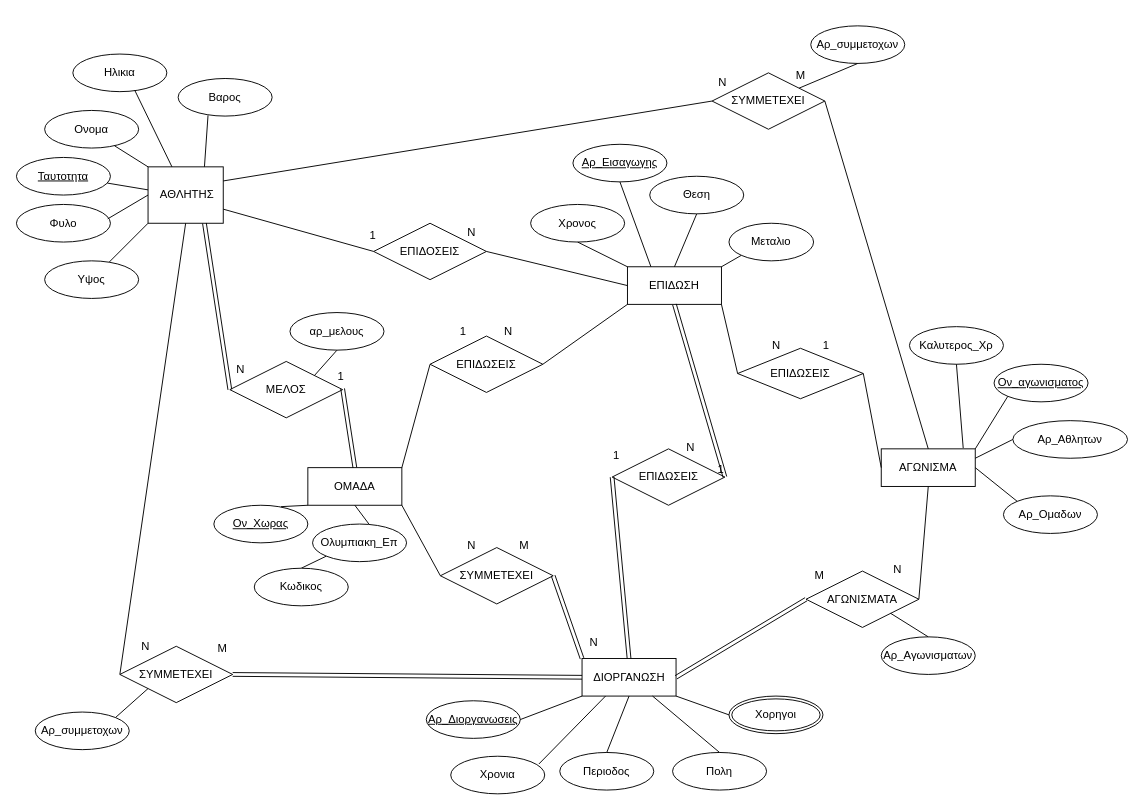
SpyrosGew/Olympic_Games-DBProject keeps this draw.io diagram as OS-DatabasesProject.drawio. Above is the earlier version. Source tidied: cells renumbered, new cells numbered last; positions are measured from the earlier drawing's top-left corner, leaving out a move shared by most shapes. Both pictures are drawn from the tidied source at 94%, with x=0, y=0 at pixel (16, 25).
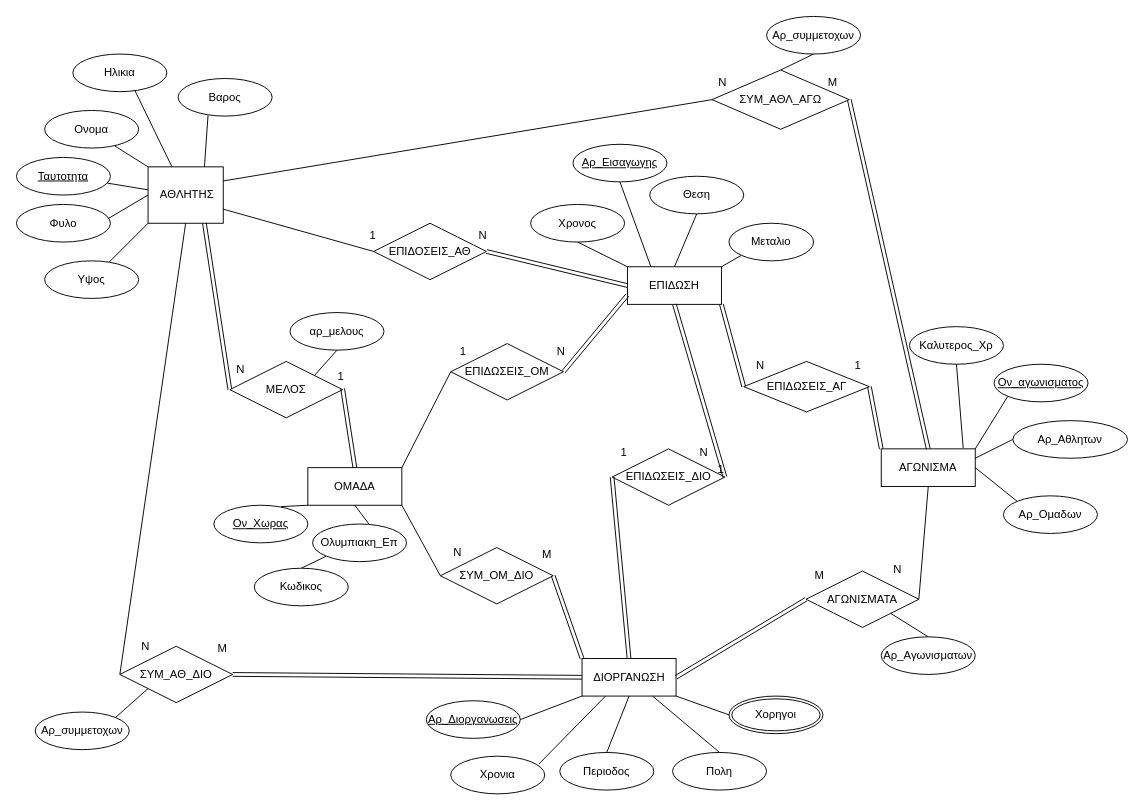
After the change.

Unchanged cells that the change refers to:
```xml
<mxCell id="33" value="ΑΓΩΝΙΣΜΑ" style="whiteSpace=wrap;html=1;align=center;" parent="1" vertex="1">
  <mxGeometry x="920" y="450" width="100" height="40" as="geometry" />
</mxCell>
<mxCell id="41" value="ΕΠΙΔΩΣΗ" style="whiteSpace=wrap;html=1;align=center;" parent="1" vertex="1">
  <mxGeometry x="650" y="256.3" width="100" height="40" as="geometry" />
</mxCell>
```

Change to the diagram source:
```diff
@@
-    <mxCell id="15" value="ΣΥΜΜΕΤΕΧΕΙ" style="shape=rhombus;perimeter=rhombusPerimeter;whiteSpace=wrap;html=1;align=center;" parent="1" vertex="1">
+    <mxCell id="15" value="ΣΥΜ_AΘ_ΔΙΟ" style="shape=rhombus;perimeter=rhombusPerimeter;whiteSpace=wrap;html=1;align=center;" parent="1" vertex="1">
       <mxGeometry x="110" y="660" width="120" height="60" as="geometry" />
     </mxCell>
@@
-    <mxCell id="17" value="ΣΥΜΜΕΤΕΧΕΙ" style="shape=rhombus;perimeter=rhombusPerimeter;whiteSpace=wrap;html=1;align=center;" parent="1" vertex="1">
-      <mxGeometry x="740" y="50" width="120" height="60" as="geometry" />
+    <mxCell id="17" value="ΣΥΜ_ΑΘΛ_ΑΓΩ" style="shape=rhombus;perimeter=rhombusPerimeter;whiteSpace=wrap;html=1;align=center;" parent="1" vertex="1">
+      <mxGeometry x="740" y="47" width="146" height="63" as="geometry" />
     </mxCell>
@@
-    <mxCell id="25" value="ΣΥΜΜΕΤΕΧΕΙ" style="shape=rhombus;perimeter=rhombusPerimeter;whiteSpace=wrap;html=1;align=center;" parent="1" vertex="1">
+    <mxCell id="25" value="ΣΥΜ_ΟΜ_ΔΙΟ" style="shape=rhombus;perimeter=rhombusPerimeter;whiteSpace=wrap;html=1;align=center;" parent="1" vertex="1">
       <mxGeometry x="451" y="555" width="120" height="60" as="geometry" />
     </mxCell>
@@
-    <mxCell id="36" style="endArrow=none;html=1;rounded=0;entryX=1;entryY=0.5;entryDx=0;entryDy=0;exitX=0.5;exitY=0;exitDx=0;exitDy=0;" parent="1" edge="1" source="33" target="17">
-      <mxGeometry relative="1" as="geometry" />
-    </mxCell>
@@
-    <mxCell id="42" value="ΕΠΙΔΩΣΕΙΣ" style="shape=rhombus;perimeter=rhombusPerimeter;whiteSpace=wrap;html=1;align=center;rotation=0;" parent="1" vertex="1">
-      <mxGeometry x="767.2" y="343" width="133.7" height="53.7" as="geometry" />
+    <mxCell id="42" value="ΕΠΙΔΩΣΕΙΣ_ΑΓ" style="shape=rhombus;perimeter=rhombusPerimeter;whiteSpace=wrap;html=1;align=center;rotation=0;" parent="1" vertex="1">
+      <mxGeometry x="773.7" y="357" width="133.7" height="53.7" as="geometry" />
     </mxCell>
-    <mxCell id="43" style="endArrow=none;html=1;rounded=0;entryX=1;entryY=1;entryDx=0;entryDy=0;exitX=0;exitY=0.5;exitDx=0;exitDy=0;" parent="1" edge="1" source="42" target="41">
-      <mxGeometry relative="1" as="geometry" />
-    </mxCell>
-    <mxCell id="44" style="endArrow=none;html=1;rounded=0;entryX=1;entryY=0.5;entryDx=0;entryDy=0;exitX=0;exitY=0.5;exitDx=0;exitDy=0;" parent="1" edge="1" source="33" target="42">
-      <mxGeometry relative="1" as="geometry" />
-    </mxCell>
-    <mxCell id="45" value="ΕΠΙΔΟΣΕΙΣ" style="shape=rhombus;perimeter=rhombusPerimeter;whiteSpace=wrap;html=1;align=center;fontStyle=0;" parent="1" vertex="1">
+    <mxCell id="45" value="ΕΠΙΔΟΣΕΙΣ_ΑΘ" style="shape=rhombus;perimeter=rhombusPerimeter;whiteSpace=wrap;html=1;align=center;fontStyle=0;" parent="1" vertex="1">
       <mxGeometry x="380" y="210" width="120" height="60" as="geometry" />
     </mxCell>
-    <mxCell id="46" style="endArrow=none;html=1;rounded=0;entryX=0;entryY=0.5;entryDx=0;entryDy=0;exitX=1;exitY=0.5;exitDx=0;exitDy=0;" parent="1" edge="1" source="45" target="41">
-      <mxGeometry relative="1" as="geometry" />
-    </mxCell>
@@
-    <mxCell id="50" value="ΕΠΙΔΩΣΕΙΣ" style="shape=rhombus;perimeter=rhombusPerimeter;whiteSpace=wrap;html=1;align=center;" parent="1" vertex="1">
+    <mxCell id="50" value="ΕΠΙΔΩΣΕΙΣ_ΔΙΟ" style="shape=rhombus;perimeter=rhombusPerimeter;whiteSpace=wrap;html=1;align=center;" parent="1" vertex="1">
       <mxGeometry x="633.7" y="450" width="120" height="60" as="geometry" />
     </mxCell>
@@
-    <mxCell id="58" value="ΕΠΙΔΩΣΕΙΣ" style="shape=rhombus;perimeter=rhombusPerimeter;whiteSpace=wrap;html=1;align=center;" parent="1" vertex="1">
-      <mxGeometry x="440" y="330" width="120" height="60" as="geometry" />
+    <mxCell id="58" value="ΕΠΙΔΩΣΕΙΣ_ΟΜ" style="shape=rhombus;perimeter=rhombusPerimeter;whiteSpace=wrap;html=1;align=center;" parent="1" vertex="1">
+      <mxGeometry x="462" y="338" width="120" height="60" as="geometry" />
     </mxCell>
@@
-    <mxCell id="60" style="endArrow=none;html=1;rounded=0;entryX=0;entryY=1;entryDx=0;entryDy=0;exitX=1;exitY=0.5;exitDx=0;exitDy=0;" parent="1" edge="1" source="58" target="41">
-      <mxGeometry relative="1" as="geometry" />
-    </mxCell>
@@
     <mxCell id="71" value="Αρ_συμμετοχων" style="ellipse;whiteSpace=wrap;html=1;align=center;" parent="1" vertex="1">
-      <mxGeometry x="845" width="100" height="40" as="geometry" />
+      <mxGeometry x="798" y="-10" width="100" height="40" as="geometry" />
     </mxCell>
-    <mxCell id="72" style="endArrow=none;html=1;rounded=0;entryX=0.5;entryY=1;entryDx=0;entryDy=0;" parent="1" edge="1" source="17" target="71">
+    <mxCell id="72" style="endArrow=none;html=1;rounded=0;entryX=0.5;entryY=1;entryDx=0;entryDy=0;exitX=0.5;exitY=0;exitDx=0;exitDy=0;" parent="1" edge="1" source="17" target="71">
       <mxGeometry relative="1" as="geometry" />
     </mxCell>
@@
     <mxCell id="74" value="N" style="text;html=1;align=center;verticalAlign=middle;strokeColor=none;fillColor=none;" parent="1" vertex="1">
-      <mxGeometry x="470" y="207" width="27" height="26" as="geometry" />
+      <mxGeometry x="482" y="210" width="27" height="26" as="geometry" />
     </mxCell>
     <mxCell id="75" value="1" style="text;html=1;align=center;verticalAlign=middle;strokeColor=none;fillColor=none;" parent="1" vertex="1">
-      <mxGeometry x="462" y="312" width="25" height="26" as="geometry" />
+      <mxGeometry x="462" y="334" width="25" height="26" as="geometry" />
     </mxCell>
     <mxCell id="76" value="N" style="text;html=1;align=center;verticalAlign=middle;strokeColor=none;fillColor=none;" parent="1" vertex="1">
-      <mxGeometry x="509" y="312" width="27" height="26" as="geometry" />
+      <mxGeometry x="565" y="334" width="27" height="26" as="geometry" />
     </mxCell>
@@
     <mxCell id="78" value="N" style="text;html=1;align=center;verticalAlign=middle;strokeColor=none;fillColor=none;" parent="1" vertex="1">
-      <mxGeometry x="470" y="540" width="27" height="26" as="geometry" />
+      <mxGeometry x="455" y="548" width="27" height="26" as="geometry" />
     </mxCell>
     <mxCell id="79" value="M" style="text;html=1;align=center;verticalAlign=middle;strokeColor=none;fillColor=none;" parent="1" vertex="1">
-      <mxGeometry x="526" y="540" width="28" height="26" as="geometry" />
+      <mxGeometry x="550" y="550" width="28" height="26" as="geometry" />
     </mxCell>
@@
     <mxCell id="82" value="1" style="text;html=1;align=center;verticalAlign=middle;strokeColor=none;fillColor=none;" parent="1" vertex="1">
-      <mxGeometry x="625" y="444" width="25" height="26" as="geometry" />
+      <mxGeometry x="633.7" y="441" width="25" height="26" as="geometry" />
     </mxCell>
     <mxCell id="83" value="N" style="text;html=1;align=center;verticalAlign=middle;strokeColor=none;fillColor=none;" parent="1" vertex="1">
-      <mxGeometry x="703" y="436" width="27" height="26" as="geometry" />
+      <mxGeometry x="717" y="441" width="27" height="26" as="geometry" />
     </mxCell>
     <mxCell id="84" value="1" style="text;html=1;align=center;verticalAlign=middle;strokeColor=none;fillColor=none;" parent="1" vertex="1">
-      <mxGeometry x="848" y="327" width="25" height="26" as="geometry" />
+      <mxGeometry x="882.3" y="349" width="25" height="26" as="geometry" />
     </mxCell>
     <mxCell id="85" value="N" style="text;html=1;align=center;verticalAlign=middle;strokeColor=none;fillColor=none;" parent="1" vertex="1">
-      <mxGeometry x="794.5" y="327" width="27" height="26" as="geometry" />
+      <mxGeometry x="777" y="349" width="27" height="26" as="geometry" />
     </mxCell>
@@
     <mxCell id="87" value="M" style="text;html=1;align=center;verticalAlign=middle;strokeColor=none;fillColor=none;" parent="1" vertex="1">
-      <mxGeometry x="820" y="40" width="28" height="26" as="geometry" />
+      <mxGeometry x="854.3" y="48" width="28" height="26" as="geometry" />
     </mxCell>
@@
-    <mxCell id="104" value="Ν" style="text;html=1;align=center;verticalAlign=middle;strokeColor=none;fillColor=none;" parent="1" vertex="1">
-      <mxGeometry x="600" y="643" width="27" height="26" as="geometry" />
-    </mxCell>
@@
+    <mxCell id="108" style="shape=link;html=1;rounded=0;exitX=0;exitY=0.5;exitDx=0;exitDy=0;entryX=1;entryY=0.5;entryDx=0;entryDy=0;" parent="1" edge="1" source="41" target="45">
+      <mxGeometry relative="1" as="geometry" />
+    </mxCell>
+    <mxCell id="109" style="shape=link;html=1;rounded=0;entryX=0;entryY=0.5;entryDx=0;entryDy=0;exitX=1;exitY=1;exitDx=0;exitDy=0;" parent="1" edge="1" source="41" target="42">
+      <mxGeometry relative="1" as="geometry" />
+    </mxCell>
+    <mxCell id="110" style="shape=link;html=1;rounded=0;entryX=0.5;entryY=0;entryDx=0;entryDy=0;exitX=1;exitY=0.5;exitDx=0;exitDy=0;" parent="1" edge="1" source="17" target="33">
+      <mxGeometry relative="1" as="geometry" />
+    </mxCell>
+    <mxCell id="60" style="shape=link;html=1;rounded=0;entryX=0;entryY=0.75;entryDx=0;entryDy=0;exitX=1;exitY=0.5;exitDx=0;exitDy=0;" parent="1" edge="1" source="58" target="41">
+      <mxGeometry relative="1" as="geometry" />
+    </mxCell>
+    <mxCell id="44" style="shape=link;html=1;rounded=0;entryX=1;entryY=0.5;entryDx=0;entryDy=0;exitX=0;exitY=0;exitDx=0;exitDy=0;" parent="1" edge="1" source="33" target="42">
+      <mxGeometry relative="1" as="geometry" />
+    </mxCell>
```
